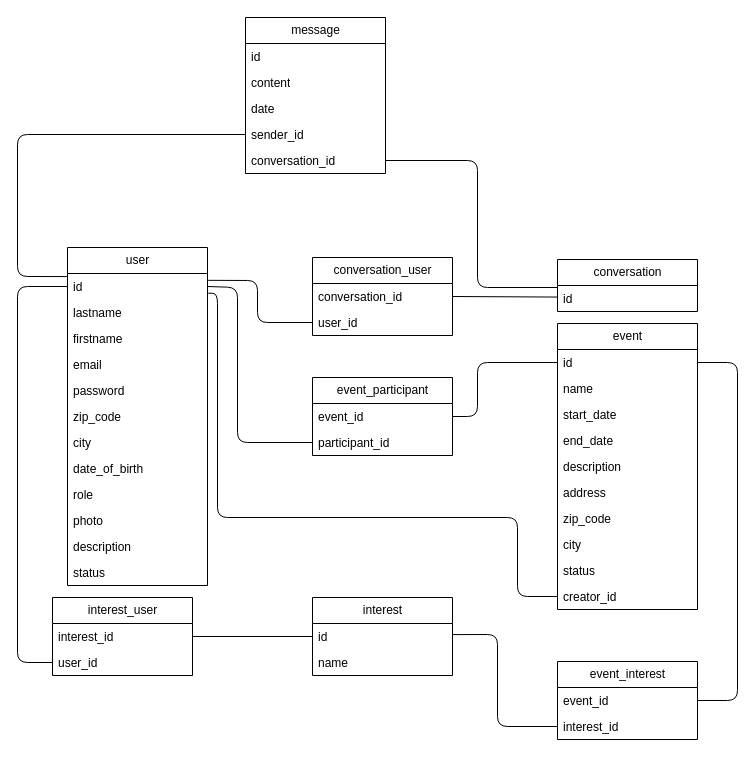
Above: conception/database_modelling/MLD/mld.drawio in LunaireFlare/orizon (draw.io), before the change. Source tidied: cells renumbered, new cells numbered last; positions are measured from the earlier drawing's top-left corner, leaving out a move shared by most shapes. Both pictures are drawn from the tidied source at 100%, with x=0, y=0 at pixel (17, 17).
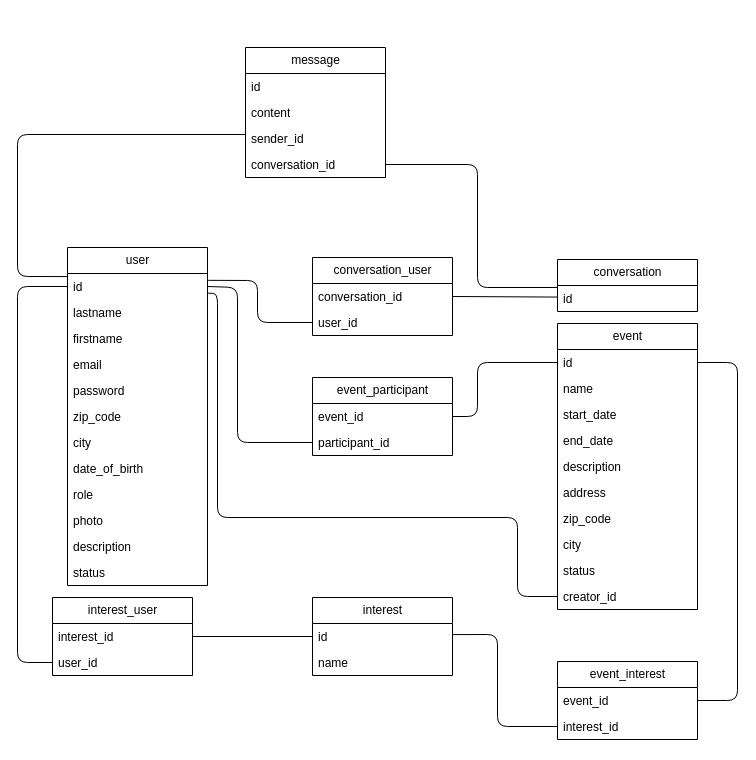
After the change.

Commit message (it also covers changes not shown here):
docs: modification of table message, delete date

The change refers to these unchanged cells:
```xml
<mxCell id="3" value="id" style="text;strokeColor=none;fillColor=none;align=left;verticalAlign=top;spacingLeft=4;spacingRight=4;overflow=hidden;points=[[0,0.5],[1,0.5]];portConstraint=eastwest;whiteSpace=wrap;html=1;" parent="2" vertex="1">
  <mxGeometry y="26" width="140" height="26" as="geometry" />
</mxCell>
```

Change to the diagram source:
```diff
@@
     <mxCell id="15" value="message" style="swimlane;fontStyle=0;horizontal=1;startSize=26;fillColor=none;html=1;" parent="1" vertex="1">
-      <mxGeometry x="228" width="140" height="156" as="geometry" />
+      <mxGeometry x="228" y="30" width="140" height="130" as="geometry" />
     </mxCell>
@@
-    <mxCell id="18" value="date" style="text;strokeColor=none;fillColor=none;align=left;verticalAlign=top;spacingLeft=4;spacingRight=4;overflow=hidden;whiteSpace=wrap;html=1;" parent="15" vertex="1">
-      <mxGeometry y="78" width="140" height="26" as="geometry" />
-    </mxCell>
     <mxCell id="19" value="sender_id" style="text;strokeColor=none;fillColor=none;align=left;verticalAlign=top;spacingLeft=4;spacingRight=4;overflow=hidden;points=[[0,0.5],[1,0.5]];portConstraint=eastwest;whiteSpace=wrap;html=1;" parent="15" vertex="1">
-      <mxGeometry y="104" width="140" height="26" as="geometry" />
+      <mxGeometry y="78" width="140" height="26" as="geometry" />
     </mxCell>
     <mxCell id="20" value="conversation_id" style="text;strokeColor=none;fillColor=none;align=left;verticalAlign=top;spacingLeft=4;spacingRight=4;overflow=hidden;points=[[0,0.5],[1,0.5]];portConstraint=eastwest;whiteSpace=wrap;html=1;" parent="15" vertex="1">
-      <mxGeometry y="130" width="140" height="26" as="geometry" />
+      <mxGeometry y="104" width="140" height="26" as="geometry" />
     </mxCell>
@@
-    <mxCell id="37" style="endArrow=none;html=1;exitX=0;exitY=0.5;exitDx=0;exitDy=0;entryX=0;entryY=0.118;entryDx=0;entryDy=0;entryPerimeter=0;" parent="1" edge="1" source="19" target="3">
+    <mxCell id="37" style="endArrow=none;html=1;entryX=0;entryY=0.118;entryDx=0;entryDy=0;entryPerimeter=0;" parent="1" edge="1" target="3">
       <mxGeometry relative="1" as="geometry">
+        <mxPoint x="228" y="117" as="sourcePoint" />
         <Array as="points">
           <mxPoint y="117" />
           <mxPoint y="259" />
         </Array>
       </mxGeometry>
     </mxCell>
     <mxCell id="38" style="endArrow=none;html=1;entryX=1;entryY=0.5;entryDx=0;entryDy=0;" parent="1" edge="1" target="20">
       <mxGeometry relative="1" as="geometry">
         <mxPoint x="540" y="270" as="sourcePoint" />
         <Array as="points">
           <mxPoint x="460" y="270" />
-          <mxPoint x="460" y="143" />
+          <mxPoint x="460" y="147" />
         </Array>
       </mxGeometry>
     </mxCell>
```
